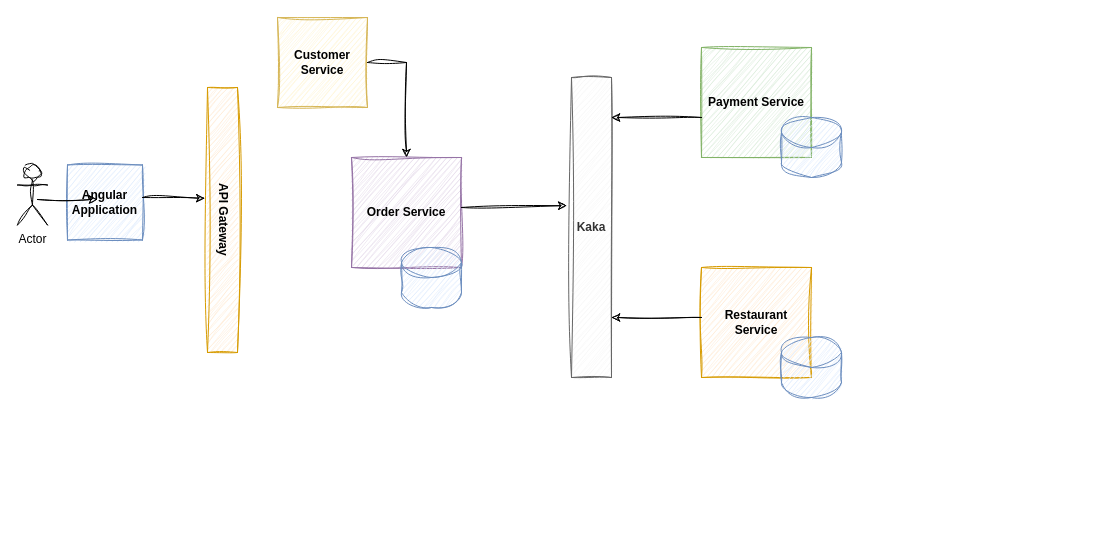
prakashrungta/streams-demo keeps this draw.io diagram as e-commerce.drawio. Above is the earlier version. Source tidied: cells renumbered, new cells numbered last; positions are measured from the earlier drawing's top-left corner, leaving out a move shared by most shapes. Both pictures are drawn from the tidied source at 100%, with x=0, y=0 at pixel (17, 17).
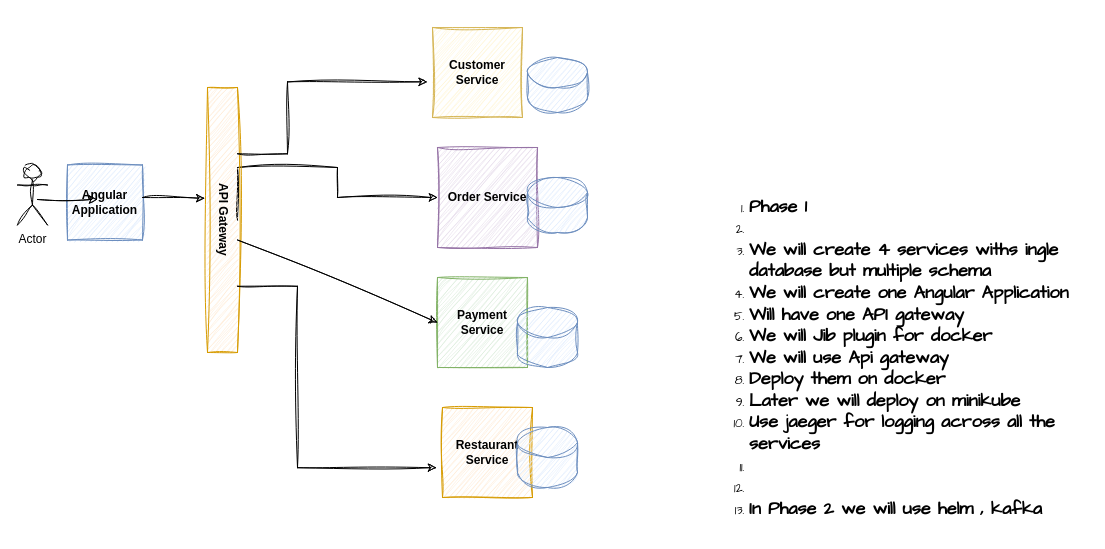
The same page after the edit.

The change refers to these unchanged cells:
```xml
<mxCell id="17" value="&lt;b&gt;API Gateway&lt;/b&gt;" style="rounded=0;whiteSpace=wrap;html=1;fillColor=#ffe6cc;strokeColor=#d79b00;textDirection=vertical-rl;sketch=1;curveFitting=1;jiggle=2;" parent="1" vertex="1">
  <mxGeometry x="190" y="70" width="30" height="265" as="geometry" />
</mxCell>
```

What changed in the source:
```diff
@@
-    <mxCell id="2" style="edgeStyle=orthogonalEdgeStyle;rounded=0;jettySize=auto;html=1;exitX=1;exitY=0.5;exitDx=0;exitDy=0;sketch=1;curveFitting=1;jiggle=2;" parent="1" edge="1" source="3" target="6">
-      <mxGeometry relative="1" as="geometry" />
-    </mxCell>
     <mxCell id="3" value="&lt;b&gt;Customer Service&lt;/b&gt;" style="whiteSpace=wrap;html=1;fillColor=#fff2cc;strokeColor=#d6b656;sketch=1;curveFitting=1;jiggle=2;" parent="1" vertex="1">
-      <mxGeometry x="260" width="90" height="90" as="geometry" />
+      <mxGeometry x="415" y="10" width="90" height="90" as="geometry" />
     </mxCell>
     <mxCell id="4" value="&lt;b&gt;Payment Service&lt;/b&gt;" style="whiteSpace=wrap;html=1;fillColor=#d5e8d4;strokeColor=#82b366;sketch=1;curveFitting=1;jiggle=2;" parent="1" vertex="1">
-      <mxGeometry x="684" y="30" width="110" height="110" as="geometry" />
+      <mxGeometry x="420" y="260" width="90" height="90" as="geometry" />
     </mxCell>
     <mxCell id="5" value="&lt;b&gt;Restaurant Service&lt;/b&gt;" style="whiteSpace=wrap;html=1;fillColor=#ffe6cc;strokeColor=#d79b00;sketch=1;curveFitting=1;jiggle=2;" parent="1" vertex="1">
-      <mxGeometry x="684" y="250" width="110" height="110" as="geometry" />
+      <mxGeometry x="425" y="390" width="90" height="90" as="geometry" />
     </mxCell>
     <mxCell id="6" value="&lt;b&gt;Order Service&lt;/b&gt;" style="whiteSpace=wrap;html=1;fillColor=#e1d5e7;strokeColor=#9673a6;sketch=1;curveFitting=1;jiggle=2;" parent="1" vertex="1">
-      <mxGeometry x="334" y="140" width="110" height="110" as="geometry" />
+      <mxGeometry x="420" y="130" width="100" height="100" as="geometry" />
     </mxCell>
-    <mxCell id="7" value="&lt;b&gt;Kaka&lt;/b&gt;" style="rounded=0;whiteSpace=wrap;html=1;fillColor=#f5f5f5;strokeColor=#666666;fontColor=#333333;sketch=1;curveFitting=1;jiggle=2;" parent="1" vertex="1">
-      <mxGeometry x="554" y="60" width="40" height="300" as="geometry" />
-    </mxCell>
-    <mxCell id="8" style="endArrow=classic;html=1;rounded=0;sketch=1;curveFitting=1;jiggle=2;" parent="1" edge="1">
-      <mxGeometry relative="1" as="geometry">
-        <mxPoint x="684" y="100" as="sourcePoint" />
-        <mxPoint x="594" y="100" as="targetPoint" />
-      </mxGeometry>
-    </mxCell>
-    <mxCell id="9" style="endArrow=classic;html=1;rounded=0;sketch=1;curveFitting=1;jiggle=2;" parent="1" edge="1">
-      <mxGeometry relative="1" as="geometry">
-        <mxPoint x="684" y="300" as="sourcePoint" />
-        <mxPoint x="594" y="300" as="targetPoint" />
-      </mxGeometry>
-    </mxCell>
-    <mxCell id="10" style="endArrow=classic;html=1;rounded=0;entryX=-0.117;entryY=0.427;entryDx=0;entryDy=0;entryPerimeter=0;sketch=1;curveFitting=1;jiggle=2;" parent="1" edge="1" target="7">
-      <mxGeometry relative="1" as="geometry">
-        <mxPoint x="444" y="190" as="sourcePoint" />
-      </mxGeometry>
-    </mxCell>
     <mxCell id="11" style="shape=cylinder3;whiteSpace=wrap;html=1;boundedLbl=1;backgroundOutline=1;size=15;fillColor=#dae8fc;strokeColor=#6c8ebf;sketch=1;curveFitting=1;jiggle=2;" parent="1" vertex="1">
-      <mxGeometry x="384" y="230" width="60" height="60" as="geometry" />
+      <mxGeometry x="510" y="160" width="60" height="55" as="geometry" />
     </mxCell>
     <mxCell id="12" style="shape=cylinder3;whiteSpace=wrap;html=1;boundedLbl=1;backgroundOutline=1;size=15;fillColor=#dae8fc;strokeColor=#6c8ebf;sketch=1;curveFitting=1;jiggle=2;" parent="1" vertex="1">
-      <mxGeometry x="764" y="320" width="60" height="60" as="geometry" />
+      <mxGeometry x="500" y="410" width="60" height="60" as="geometry" />
     </mxCell>
     <mxCell id="13" style="shape=cylinder3;whiteSpace=wrap;html=1;boundedLbl=1;backgroundOutline=1;size=15;fillColor=#dae8fc;strokeColor=#6c8ebf;fontStyle=1;sketch=1;curveFitting=1;jiggle=2;" parent="1" vertex="1">
-      <mxGeometry x="764" y="100" width="60" height="60" as="geometry" />
+      <mxGeometry x="500" y="290" width="60" height="60" as="geometry" />
     </mxCell>
@@
+    <mxCell id="19" style="edgeStyle=orthogonalEdgeStyle;rounded=0;sketch=1;hachureGap=4;jiggle=2;curveFitting=1;jettySize=auto;html=1;exitX=1;exitY=0.5;exitDx=0;exitDy=0;fontFamily=Architects Daughter;" parent="1" edge="1" source="17" target="6">
+      <mxGeometry relative="1" as="geometry">
+        <Array as="points">
+          <mxPoint x="220" y="150" />
+          <mxPoint x="320" y="150" />
+          <mxPoint x="320" y="180" />
+        </Array>
+      </mxGeometry>
+    </mxCell>
@@
+    <mxCell id="20" style="shape=cylinder3;whiteSpace=wrap;html=1;boundedLbl=1;backgroundOutline=1;size=15;fillColor=#dae8fc;strokeColor=#6c8ebf;sketch=1;curveFitting=1;jiggle=2;" parent="1" vertex="1">
+      <mxGeometry x="510" y="40" width="60" height="55" as="geometry" />
+    </mxCell>
+    <mxCell id="21" style="edgeStyle=orthogonalEdgeStyle;rounded=0;sketch=1;hachureGap=4;jiggle=2;curveFitting=1;jettySize=auto;html=1;exitX=1;exitY=0.25;exitDx=0;exitDy=0;entryX=-0.059;entryY=0.604;entryDx=0;entryDy=0;entryPerimeter=0;fontFamily=Architects Daughter;" parent="1" edge="1" source="17" target="3">
+      <mxGeometry relative="1" as="geometry">
+        <Array as="points">
+          <mxPoint x="270" y="136" />
+          <mxPoint x="270" y="64" />
+        </Array>
+      </mxGeometry>
+    </mxCell>
+    <mxCell id="22" style="edgeStyle=orthogonalEdgeStyle;rounded=0;sketch=1;hachureGap=4;jiggle=2;curveFitting=1;jettySize=auto;html=1;exitX=1;exitY=0.75;exitDx=0;exitDy=0;entryX=-0.066;entryY=0.669;entryDx=0;entryDy=0;entryPerimeter=0;fontFamily=Architects Daughter;" parent="1" edge="1" source="17" target="5">
+      <mxGeometry relative="1" as="geometry">
+        <Array as="points">
+          <mxPoint x="280" y="269" />
+          <mxPoint x="280" y="450" />
+        </Array>
+      </mxGeometry>
+    </mxCell>
+    <mxCell id="23" style="endArrow=classic;html=1;rounded=0;sketch=1;hachureGap=4;jiggle=2;curveFitting=1;fontFamily=Architects Daughter;entryX=0;entryY=0.5;entryDx=0;entryDy=0;" parent="1" edge="1" target="4">
+      <mxGeometry relative="1" as="geometry">
+        <mxPoint x="220" y="222.5" as="sourcePoint" />
+      </mxGeometry>
+    </mxCell>
+    <mxCell id="24" value="&lt;ol&gt;&lt;li&gt;&lt;b&gt;&lt;font style=&quot;font-size: 18px;&quot;&gt;Phase 1&amp;nbsp;&lt;/font&gt;&lt;/b&gt;&lt;/li&gt;&lt;li&gt;&lt;b style=&quot;background-color: transparent; color: light-dark(rgb(0, 0, 0), rgb(255, 255, 255));&quot;&gt;&lt;font style=&quot;font-size: 18px;&quot;&gt;&lt;br&gt;&lt;/font&gt;&lt;/b&gt;&lt;/li&gt;&lt;li&gt;&lt;b style=&quot;background-color: transparent; color: light-dark(rgb(0, 0, 0), rgb(255, 255, 255));&quot;&gt;&lt;font style=&quot;font-size: 18px;&quot;&gt;We will create 4 services withs ingle database but multiple schema&lt;/font&gt;&lt;/b&gt;&lt;/li&gt;&lt;li&gt;&lt;b&gt;&lt;font style=&quot;font-size: 18px;&quot;&gt;We will create one Angular Application&lt;/font&gt;&lt;/b&gt;&lt;/li&gt;&lt;li&gt;&lt;b&gt;&lt;font style=&quot;font-size: 18px;&quot;&gt;Will have one API gateway&amp;nbsp;&lt;/font&gt;&lt;/b&gt;&lt;/li&gt;&lt;li&gt;&lt;b&gt;&lt;font style=&quot;font-size: 18px;&quot;&gt;We will Jib plugin for docker&lt;/font&gt;&lt;/b&gt;&lt;/li&gt;&lt;li&gt;&lt;b&gt;&lt;font style=&quot;font-size: 18px;&quot;&gt;We will use Api gateway&lt;/font&gt;&lt;/b&gt;&lt;/li&gt;&lt;li&gt;&lt;span style=&quot;font-size: 18px;&quot;&gt;&lt;b&gt;Deploy them on docker&lt;/b&gt;&lt;/span&gt;&lt;/li&gt;&lt;li&gt;&lt;b style=&quot;font-size: 18px; background-color: transparent; color: light-dark(rgb(0, 0, 0), rgb(255, 255, 255));&quot;&gt;Later we will deploy on minikube&lt;/b&gt;&lt;/li&gt;&lt;li&gt;&lt;b style=&quot;font-size: 18px; background-color: transparent; color: light-dark(rgb(0, 0, 0), rgb(255, 255, 255));&quot;&gt;Use jaeger for logging across all the services&lt;/b&gt;&lt;/li&gt;&lt;li&gt;&lt;b style=&quot;font-size: 18px; background-color: transparent; color: light-dark(rgb(0, 0, 0), rgb(255, 255, 255));&quot;&gt;&lt;br&gt;&lt;/b&gt;&lt;/li&gt;&lt;li&gt;&lt;b style=&quot;font-size: 18px; background-color: transparent; color: light-dark(rgb(0, 0, 0), rgb(255, 255, 255));&quot;&gt;&lt;br&gt;&lt;/b&gt;&lt;/li&gt;&lt;li&gt;&lt;b style=&quot;font-size: 18px; background-color: transparent; color: light-dark(rgb(0, 0, 0), rgb(255, 255, 255));&quot;&gt;In Phase 2 we will use helm , kafka&lt;/b&gt;&lt;/li&gt;&lt;/ol&gt;" style="text;html=1;align=left;verticalAlign=middle;whiteSpace=wrap;rounded=0;fontFamily=Architects Daughter;" parent="1" vertex="1">
+      <mxGeometry x="690" y="170" width="380" height="340" as="geometry" />
+    </mxCell>
```
